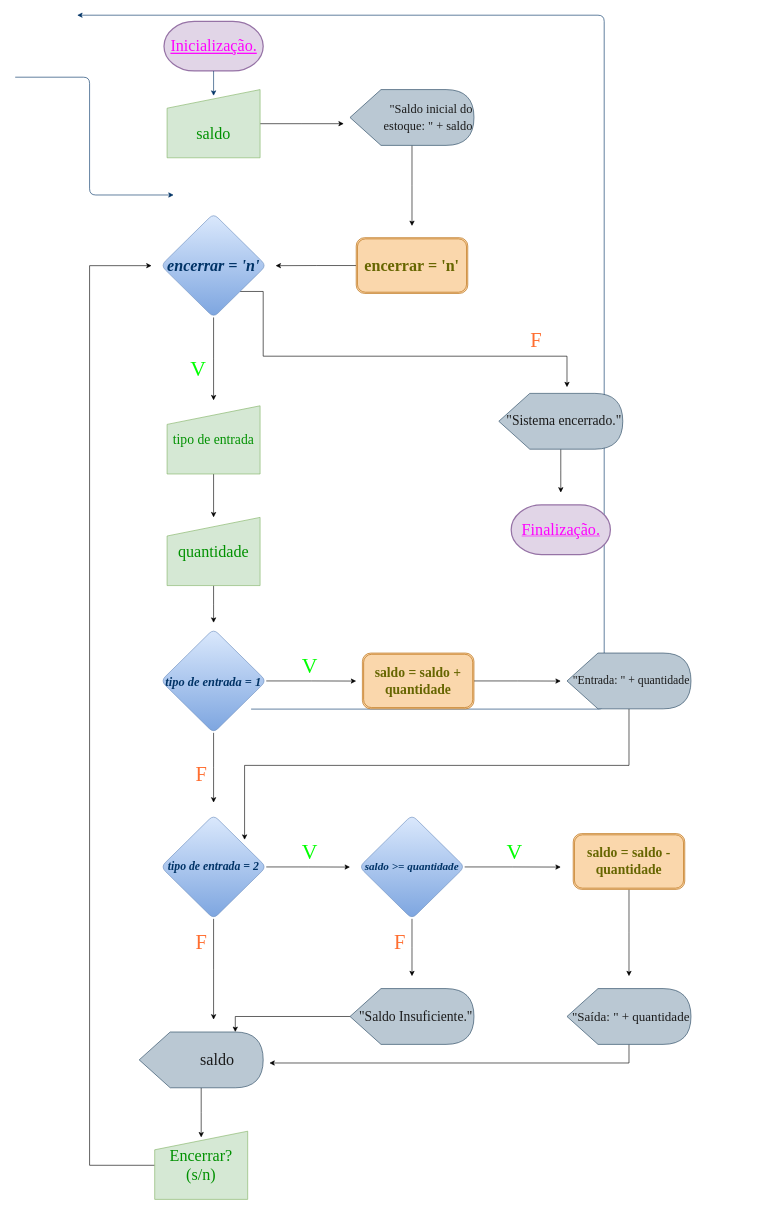
Before: Untitled Diagram.drawio in petterkrupp/OnlineRepository, a draw.io diagram. Source tidied: cells renumbered, new cells numbered last; positions are measured from the earlier drawing's top-left corner, leaving out a move shared by most shapes. Both pictures are drawn from the tidied source at 62%, with x=0, y=0 at pixel (15, 15).
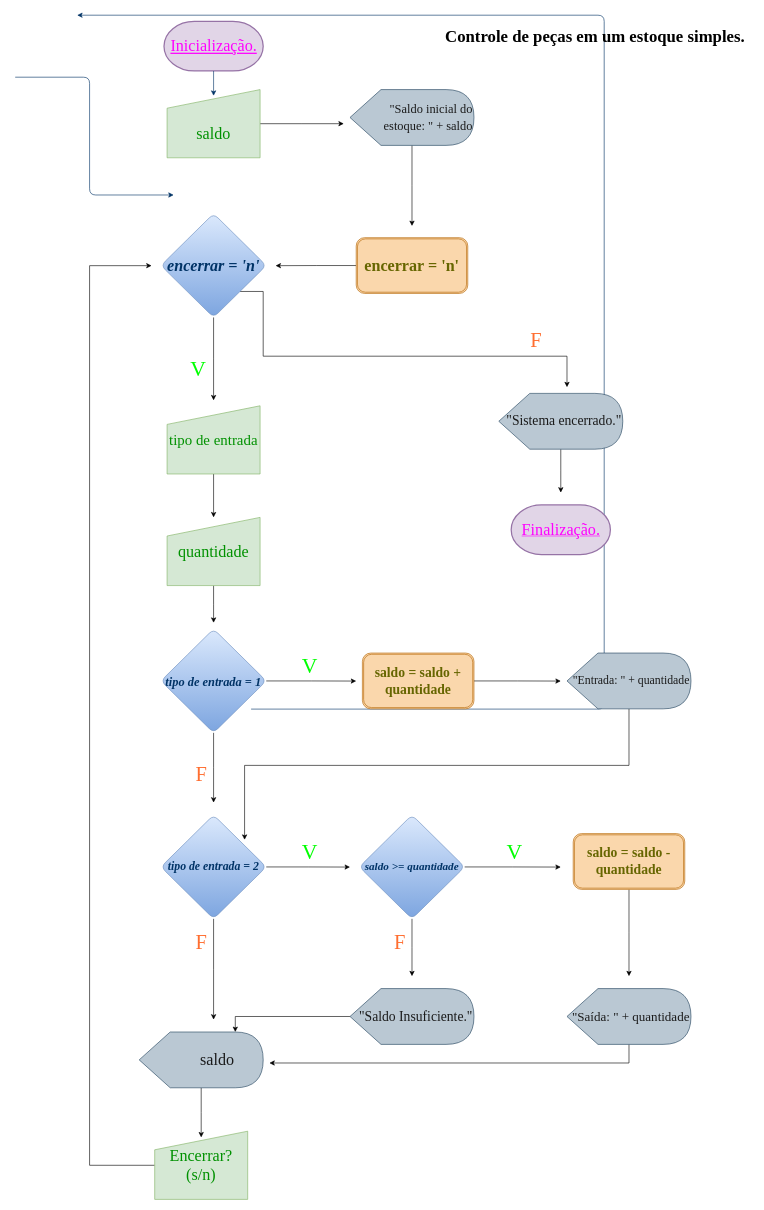
After the change.

Diff of the diagram source:
```diff
@@
-    <mxCell id="16" value="&lt;font color=&quot;#009100&quot; style=&quot;font-size: 22px;&quot;&gt;tipo de entrada&lt;/font&gt;" style="shape=manualInput;whiteSpace=wrap;html=1;fillColor=#d5e8d4;strokeColor=#82b366;fontFamily=Times New Roman;fontColor=#00CC00;fontStyle=0;" parent="1" vertex="1">
+    <mxCell id="16" value="&lt;font color=&quot;#009100&quot; style=&quot;font-size: 24px;&quot;&gt;tipo de entrada&lt;/font&gt;" style="shape=manualInput;whiteSpace=wrap;html=1;fillColor=#d5e8d4;strokeColor=#82b366;fontFamily=Times New Roman;fontColor=#00CC00;fontStyle=0;fontSize=24;" parent="1" vertex="1">
       <mxGeometry x="245" y="630" width="150" height="110" as="geometry" />
     </mxCell>
@@
+    <mxCell id="53" value="&lt;font style=&quot;font-size: 27px;&quot;&gt;Controle de peças em um estoque simples.&lt;/font&gt;" style="text;html=1;align=center;verticalAlign=middle;strokeColor=none;fillColor=none;fontStyle=1;fontFamily=Times New Roman;flipH=1;flipV=0;rotation=0;" parent="1" vertex="1">
+      <mxGeometry x="680" y="10" width="510" height="50" as="geometry" />
+    </mxCell>
```
